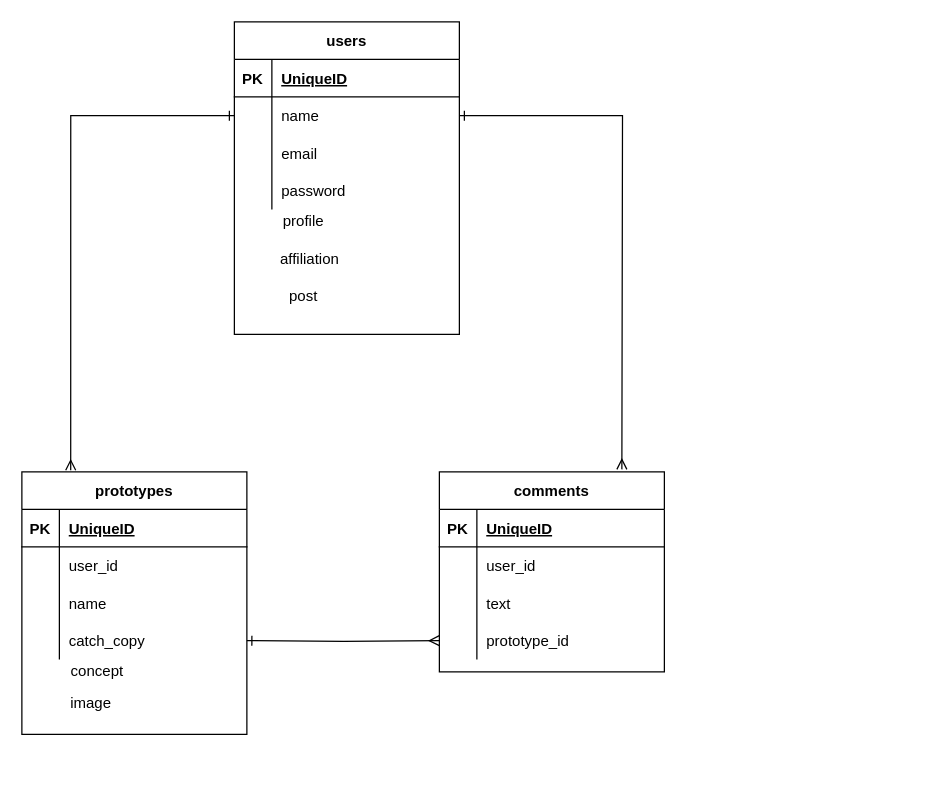
Before: protospece.dio in koukikki/protospace-fukui2021-FKYee, a draw.io diagram. Source tidied: cells renumbered, new cells numbered last; positions are measured from the earlier drawing's top-left corner, leaving out a move shared by most shapes. Both pictures are drawn from the tidied source at 125%, with x=0, y=0 at pixel (21, 21).
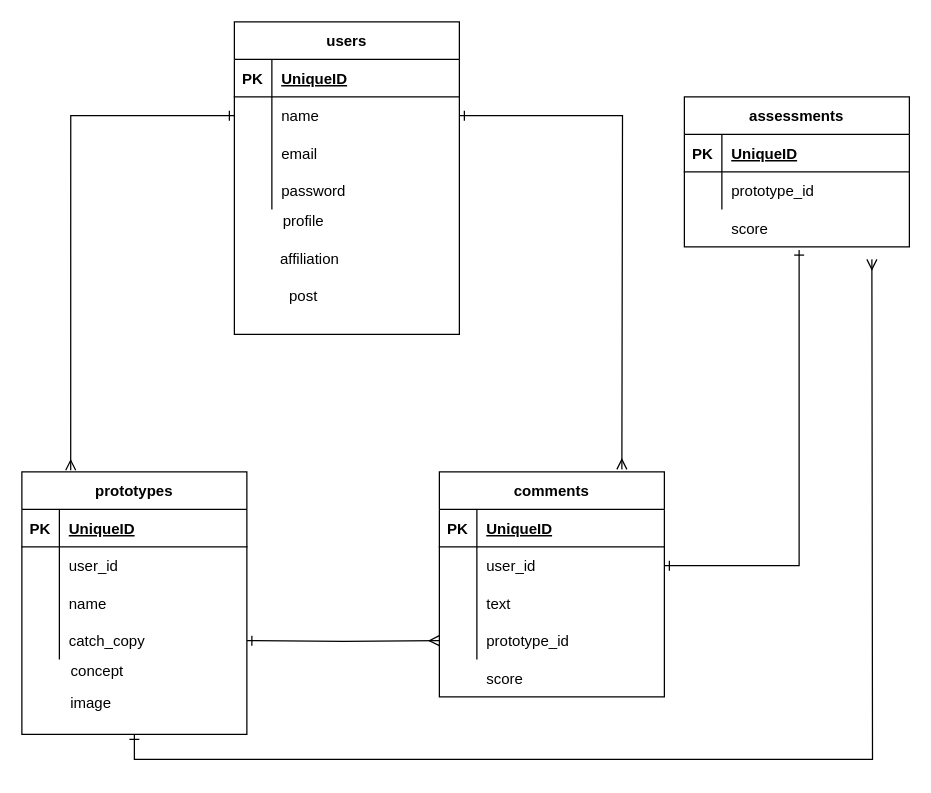
The same diagram, later.

Unchanged cells that the change refers to:
```xml
<mxCell id="2" value="prototypes" style="shape=table;startSize=30;childLayout=tableLayout;rowLines=0;fontStyle=1;align=center;" parent="1" vertex="1">
  <mxGeometry y="360" width="180" height="210" as="geometry" />
</mxCell>
<mxCell id="19" style="shape=partialRectangle;fillColor=none;top=0;left=0;bottom=0;right=0;points=[[0,0.5],[1,0.5]];portConstraint=eastwest;" parent="15" vertex="1">
  <mxGeometry y="60" width="180" height="30" as="geometry" />
</mxCell>
```

What changed in the source:
```diff
@@
+    <mxCell id="49" style="edgeStyle=orthogonalEdgeStyle;rounded=0;jettySize=auto;html=1;exitX=0.5;exitY=1;exitDx=0;exitDy=0;startArrow=ERone;startFill=0;endArrow=ERmany;endFill=0;" parent="1" edge="1" source="2">
+      <mxGeometry relative="1" as="geometry">
+        <mxPoint x="680" y="190" as="targetPoint" />
+      </mxGeometry>
+    </mxCell>
@@
     <mxCell id="15" value="comments" style="shape=table;startSize=30;childLayout=tableLayout;rowLines=0;fontStyle=1;align=center;" parent="1" vertex="1">
-      <mxGeometry x="334" y="360" width="180" height="160" as="geometry" />
+      <mxGeometry x="334" y="360" width="180" height="180" as="geometry" />
     </mxCell>
@@
+    <mxCell id="50" value="assessments" style="shape=table;startSize=30;childLayout=tableLayout;rowLines=0;fontStyle=1;align=center;" parent="1" vertex="1">
+      <mxGeometry x="530" y="60" width="180" height="120" as="geometry" />
+    </mxCell>
+    <mxCell id="51" style="shape=partialRectangle;fillColor=none;top=0;left=0;bottom=1;right=0;" parent="50" vertex="1">
+      <mxGeometry y="30" width="180" height="30" as="geometry" />
+    </mxCell>
+    <mxCell id="52" value="PK" style="shape=partialRectangle;fillColor=none;top=0;left=0;bottom=0;right=0;fontStyle=1;overflow=hidden;" parent="51" vertex="1">
+      <mxGeometry width="30" height="30" as="geometry" />
+    </mxCell>
+    <mxCell id="53" value="UniqueID" style="shape=partialRectangle;fillColor=none;top=0;left=0;bottom=0;right=0;align=left;spacingLeft=6;fontStyle=5;overflow=hidden;" parent="51" vertex="1">
+      <mxGeometry x="30" width="150" height="30" as="geometry" />
+    </mxCell>
+    <mxCell id="54" style="shape=partialRectangle;fillColor=none;top=0;left=0;bottom=0;right=0;" parent="50" vertex="1">
+      <mxGeometry y="60" width="180" height="30" as="geometry" />
+    </mxCell>
+    <mxCell id="55" style="shape=partialRectangle;fillColor=none;top=0;left=0;bottom=0;right=0;overflow=hidden;" parent="54" vertex="1">
+      <mxGeometry width="30" height="30" as="geometry" />
+    </mxCell>
+    <mxCell id="56" value="prototype_id" style="shape=partialRectangle;fillColor=none;top=0;left=0;bottom=0;right=0;align=left;spacingLeft=6;overflow=hidden;" parent="54" vertex="1">
+      <mxGeometry x="30" width="150" height="30" as="geometry" />
+    </mxCell>
+    <mxCell id="57" value="score" style="shape=partialRectangle;fillColor=none;top=0;left=0;bottom=0;right=0;align=left;spacingLeft=6;overflow=hidden;" parent="1" vertex="1">
+      <mxGeometry x="364" y="510" width="150" height="30" as="geometry" />
+    </mxCell>
+    <mxCell id="58" style="edgeStyle=orthogonalEdgeStyle;rounded=0;jettySize=auto;html=1;exitX=1;exitY=0.5;exitDx=0;exitDy=0;endArrow=ERone;endFill=0;startArrow=ERone;startFill=0;entryX=0.51;entryY=1.086;entryDx=0;entryDy=0;entryPerimeter=0;" parent="1" edge="1" source="19" target="59">
+      <mxGeometry relative="1" as="geometry">
+        <Array as="points">
+          <mxPoint x="622" y="435" />
+        </Array>
+      </mxGeometry>
+    </mxCell>
+    <mxCell id="59" style="shape=partialRectangle;fillColor=none;top=0;left=0;bottom=0;right=0;points=[[0,0.5],[1,0.5]];portConstraint=eastwest;" parent="1" vertex="1">
+      <mxGeometry x="530" y="150" width="180" height="30" as="geometry" />
+    </mxCell>
+    <mxCell id="60" style="shape=partialRectangle;fillColor=none;top=0;left=0;bottom=0;right=0;overflow=hidden;" parent="59" vertex="1">
+      <mxGeometry width="30" height="30" as="geometry" />
+    </mxCell>
+    <mxCell id="61" value="score" style="shape=partialRectangle;fillColor=none;top=0;left=0;bottom=0;right=0;align=left;spacingLeft=6;overflow=hidden;" parent="59" vertex="1">
+      <mxGeometry x="30" width="150" height="30" as="geometry" />
+    </mxCell>
```
